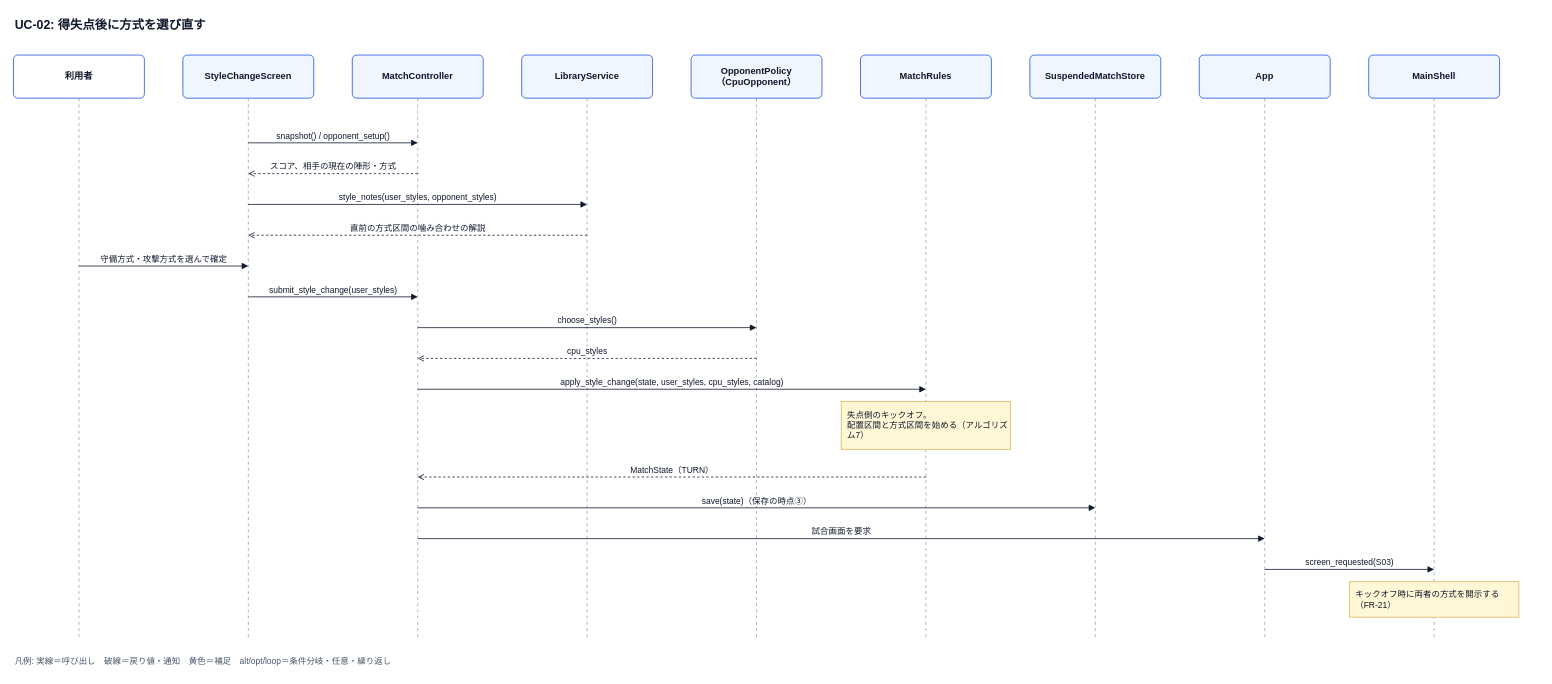
n-yata/soccer-sim keeps this draw.io diagram as page "seq-uc02-style-change" (4 of 12) of docs/specs/2_basic-design/usecase-sequences.drawio. Above is the earlier version. Source tidied: cells renumbered, new cells numbered last; positions are measured from the earlier drawing's top-left corner, leaving out a move shared by most shapes. Both pictures are drawn from the tidied source at 77%, with x=0, y=0 at pixel (13, 13).
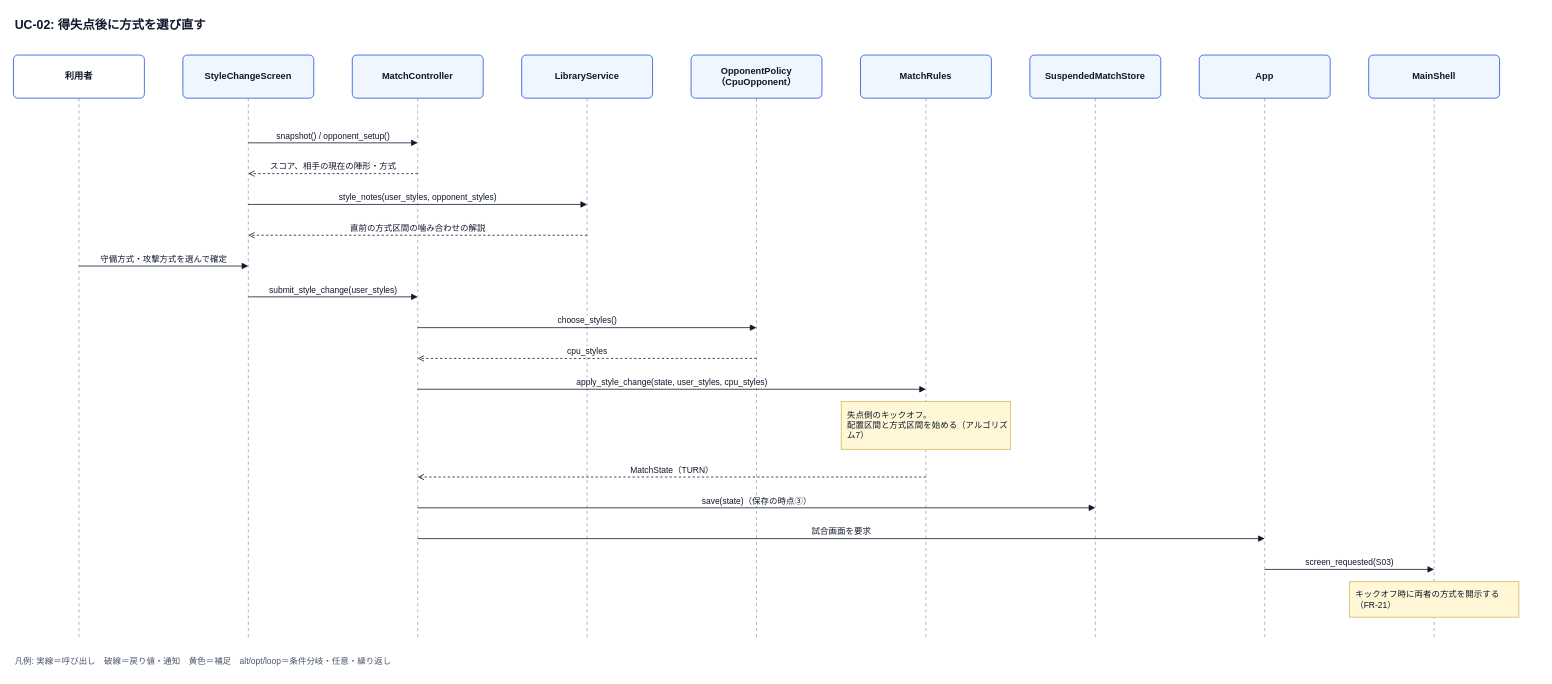
Above is the later version.

Diff of the diagram source:
```diff
@@
-    <mxCell id="29" value="apply_style_change(state, user_styles, cpu_styles, catalog)" style="html=1;endArrow=block;endFill=1;strokeColor=#0F172A;fontSize=11;fontColor=#0F172A;labelBackgroundColor=#FFFFFF;verticalAlign=bottom;align=center;" parent="1" edge="1">
+    <mxCell id="29" value="apply_style_change(state, user_styles, cpu_styles)" style="html=1;endArrow=block;endFill=1;strokeColor=#0F172A;fontSize=11;fontColor=#0F172A;labelBackgroundColor=#FFFFFF;verticalAlign=bottom;align=center;" parent="1" edge="1">
       <mxGeometry relative="1" as="geometry">
         <mxPoint x="525" y="488" as="sourcePoint" />
         <mxPoint x="1185" y="488" as="targetPoint" />
       </mxGeometry>
     </mxCell>
```
